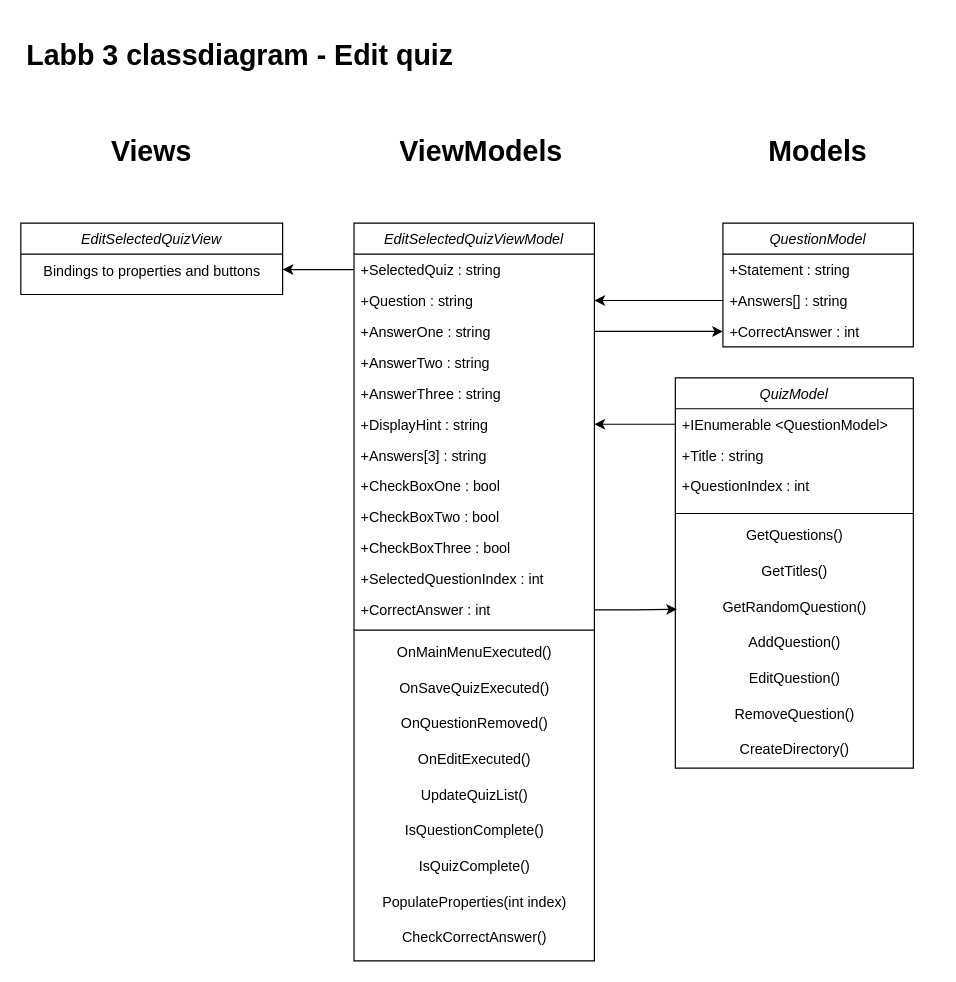
Above: Labb3-Ressurrection/Namnlöst diagram.drawio in MagSandberg/Labb3-Ressurrection (draw.io), before the change. Source tidied: cells renumbered, new cells numbered last; positions are measured from the earlier drawing's top-left corner, leaving out a move shared by most shapes. Both pictures are drawn from the tidied source at 119%, with x=0, y=0 at pixel (20, 32).
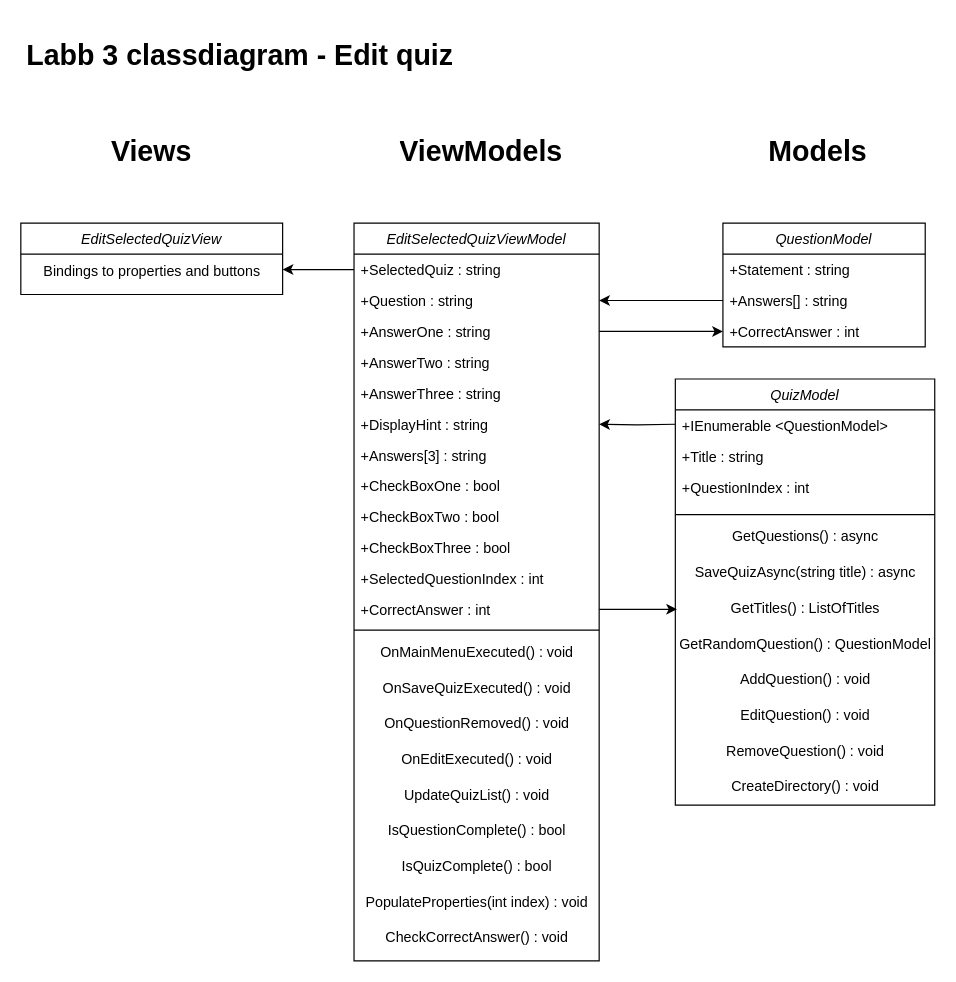
After the change.

What changed in the source:
```diff
@@
     <mxCell id="2" value="QuestionModel" style="swimlane;fontStyle=2;align=center;verticalAlign=top;horizontal=1;startSize=26;rounded=0;shadow=0;strokeWidth=1;" parent="1" vertex="1">
-      <mxGeometry x="590" y="160" width="160" height="104" as="geometry" />
+      <mxGeometry x="590" y="160" width="170" height="104" as="geometry" />
     </mxCell>
     <mxCell id="3" value="+Statement : string" style="text;align=left;verticalAlign=top;spacingLeft=4;spacingRight=4;overflow=hidden;" parent="2" vertex="1">
-      <mxGeometry y="26" width="160" height="26" as="geometry" />
+      <mxGeometry y="26" width="170" height="26" as="geometry" />
     </mxCell>
     <mxCell id="4" value="+Answers[] : string" style="text;align=left;verticalAlign=top;spacingLeft=4;spacingRight=4;overflow=hidden;points=[[0,0.5],[1,0.5]];portConstraint=eastwest;rounded=0;shadow=0;html=0;" parent="2" vertex="1">
-      <mxGeometry y="52" width="160" height="26" as="geometry" />
+      <mxGeometry y="52" width="170" height="26" as="geometry" />
     </mxCell>
     <mxCell id="5" value="+CorrectAnswer : int" style="text;align=left;verticalAlign=top;spacingLeft=4;spacingRight=4;overflow=hidden;points=[[0,0.5],[1,0.5]];portConstraint=eastwest;rounded=0;shadow=0;html=0;" parent="2" vertex="1">
-      <mxGeometry y="78" width="160" height="26" as="geometry" />
+      <mxGeometry y="78" width="170" height="26" as="geometry" />
     </mxCell>
@@
-    <mxCell id="10" value="QuizModel" style="swimlane;fontStyle=2;align=center;verticalAlign=top;horizontal=1;startSize=26;rounded=0;shadow=0;strokeWidth=1;" parent="1" vertex="1">
-      <mxGeometry x="550" y="290" width="200" height="328" as="geometry" />
-    </mxCell>
-    <mxCell id="11" value="+IEnumerable &lt;QuestionModel&gt;" style="text;align=left;verticalAlign=top;spacingLeft=4;spacingRight=4;overflow=hidden;points=[[0,0.5],[1,0.5]];portConstraint=eastwest;" parent="10" vertex="1">
-      <mxGeometry y="26" width="200" height="26" as="geometry" />
-    </mxCell>
-    <mxCell id="12" value="+Title : string" style="text;align=left;verticalAlign=top;spacingLeft=4;spacingRight=4;overflow=hidden;rounded=0;shadow=0;html=0;" parent="10" vertex="1">
-      <mxGeometry y="52" width="200" height="26" as="geometry" />
-    </mxCell>
-    <mxCell id="13" value="+QuestionIndex : int" style="text;align=left;verticalAlign=top;spacingLeft=4;spacingRight=4;overflow=hidden;rounded=0;shadow=0;html=0;" parent="10" vertex="1">
-      <mxGeometry y="78" width="200" height="32" as="geometry" />
-    </mxCell>
-    <mxCell id="14" style="line;strokeWidth=1;fillColor=none;align=left;verticalAlign=middle;spacingTop=-1;spacingLeft=3;spacingRight=3;labelPosition=right;strokeColor=inherit;" parent="10" vertex="1">
-      <mxGeometry y="110" width="200" height="8" as="geometry" />
-    </mxCell>
-    <mxCell id="15" value="GetQuestions()" style="text;html=1;align=center;verticalAlign=middle;strokeColor=none;fillColor=none;" parent="10" vertex="1">
-      <mxGeometry y="118" width="200" height="30" as="geometry" />
-    </mxCell>
-    <mxCell id="16" value="GetTitles()" style="text;html=1;align=center;verticalAlign=middle;strokeColor=none;fillColor=none;" parent="10" vertex="1">
-      <mxGeometry y="148" width="200" height="30" as="geometry" />
-    </mxCell>
-    <mxCell id="17" value="GetRandomQuestion()" style="text;html=1;align=center;verticalAlign=middle;points=[];strokeColor=none;fillColor=none;" parent="10" vertex="1">
-      <mxGeometry y="178" width="200" height="30" as="geometry" />
-    </mxCell>
-    <mxCell id="18" value="AddQuestion()" style="text;html=1;align=center;verticalAlign=middle;strokeColor=none;fillColor=none;" parent="10" vertex="1">
-      <mxGeometry y="208" width="200" height="30" as="geometry" />
-    </mxCell>
-    <mxCell id="19" value="EditQuestion()" style="text;html=1;align=center;verticalAlign=middle;strokeColor=none;fillColor=none;" parent="10" vertex="1">
-      <mxGeometry y="238" width="200" height="30" as="geometry" />
-    </mxCell>
-    <mxCell id="20" value="RemoveQuestion()" style="text;html=1;align=center;verticalAlign=middle;strokeColor=none;fillColor=none;" parent="10" vertex="1">
-      <mxGeometry y="268" width="200" height="30" as="geometry" />
-    </mxCell>
-    <mxCell id="21" value="CreateDirectory()" style="text;html=1;align=center;verticalAlign=middle;strokeColor=none;fillColor=none;" parent="10" vertex="1">
-      <mxGeometry y="298" width="200" height="30" as="geometry" />
-    </mxCell>
     <mxCell id="22" value="EditSelectedQuizViewModel" style="swimlane;fontStyle=2;align=center;verticalAlign=top;horizontal=1;startSize=26;rounded=0;shadow=0;strokeWidth=1;" parent="1" vertex="1">
-      <mxGeometry x="280" y="160" width="202" height="620" as="geometry" />
+      <mxGeometry x="280" y="160" width="206" height="620" as="geometry" />
     </mxCell>
     <mxCell id="23" value="+SelectedQuiz : string" style="text;align=left;verticalAlign=top;spacingLeft=4;spacingRight=4;overflow=hidden;points=[[0,0.5],[1,0.5]];portConstraint=eastwest;" parent="22" vertex="1">
-      <mxGeometry y="26" width="202" height="26" as="geometry" />
+      <mxGeometry y="26" width="206" height="26" as="geometry" />
     </mxCell>
     <mxCell id="24" value="+Question : string" style="text;align=left;verticalAlign=top;spacingLeft=4;spacingRight=4;overflow=hidden;points=[[0,0.5],[1,0.5]];portConstraint=eastwest;rounded=0;shadow=0;html=0;" parent="22" vertex="1">
-      <mxGeometry y="52" width="202" height="26" as="geometry" />
+      <mxGeometry y="52" width="206" height="26" as="geometry" />
     </mxCell>
     <mxCell id="25" value="+AnswerOne : string" style="text;align=left;verticalAlign=top;spacingLeft=4;spacingRight=4;overflow=hidden;points=[[0,0.5],[1,0.5]];portConstraint=eastwest;rounded=0;shadow=0;html=0;" parent="22" vertex="1">
-      <mxGeometry y="78" width="202" height="26" as="geometry" />
+      <mxGeometry y="78" width="206" height="26" as="geometry" />
     </mxCell>
     <mxCell id="26" value="+AnswerTwo : string" style="text;align=left;verticalAlign=top;spacingLeft=4;spacingRight=4;overflow=hidden;rounded=0;shadow=0;html=0;" parent="22" vertex="1">
-      <mxGeometry y="104" width="202" height="26" as="geometry" />
+      <mxGeometry y="104" width="206" height="26" as="geometry" />
     </mxCell>
     <mxCell id="27" value="+AnswerThree : string" style="text;align=left;verticalAlign=top;spacingLeft=4;spacingRight=4;overflow=hidden;rounded=0;shadow=0;html=0;" parent="22" vertex="1">
-      <mxGeometry y="130" width="202" height="26" as="geometry" />
+      <mxGeometry y="130" width="206" height="26" as="geometry" />
     </mxCell>
     <mxCell id="28" value="+DisplayHint : string" style="text;align=left;verticalAlign=top;spacingLeft=4;spacingRight=4;overflow=hidden;points=[[0,0.5],[1,0.5]];portConstraint=eastwest;rounded=0;shadow=0;html=0;" parent="22" vertex="1">
-      <mxGeometry y="156" width="202" height="26" as="geometry" />
+      <mxGeometry y="156" width="206" height="26" as="geometry" />
     </mxCell>
     <mxCell id="29" value="+Answers[3] : string" style="text;align=left;verticalAlign=top;spacingLeft=4;spacingRight=4;overflow=hidden;rounded=0;shadow=0;html=0;" parent="22" vertex="1">
-      <mxGeometry y="182" width="202" height="26" as="geometry" />
+      <mxGeometry y="182" width="206" height="26" as="geometry" />
     </mxCell>
     <mxCell id="30" value="+CheckBoxOne : bool" style="text;align=left;verticalAlign=top;spacingLeft=4;spacingRight=4;overflow=hidden;rounded=0;shadow=0;html=0;" parent="22" vertex="1">
-      <mxGeometry y="208" width="202" height="26" as="geometry" />
+      <mxGeometry y="208" width="206" height="26" as="geometry" />
     </mxCell>
     <mxCell id="31" value="+CheckBoxTwo : bool" style="text;align=left;verticalAlign=top;spacingLeft=4;spacingRight=4;overflow=hidden;rounded=0;shadow=0;html=0;" parent="22" vertex="1">
-      <mxGeometry y="234" width="202" height="26" as="geometry" />
+      <mxGeometry y="234" width="206" height="26" as="geometry" />
     </mxCell>
     <mxCell id="32" value="+CheckBoxThree : bool" style="text;align=left;verticalAlign=top;spacingLeft=4;spacingRight=4;overflow=hidden;rounded=0;shadow=0;html=0;" parent="22" vertex="1">
-      <mxGeometry y="260" width="202" height="26" as="geometry" />
+      <mxGeometry y="260" width="206" height="26" as="geometry" />
     </mxCell>
     <mxCell id="33" value="+SelectedQuestionIndex : int" style="text;align=left;verticalAlign=top;spacingLeft=4;spacingRight=4;overflow=hidden;rounded=0;shadow=0;html=0;" parent="22" vertex="1">
-      <mxGeometry y="286" width="202" height="26" as="geometry" />
+      <mxGeometry y="286" width="206" height="26" as="geometry" />
     </mxCell>
     <mxCell id="34" value="+CorrectAnswer : int" style="text;align=left;verticalAlign=top;spacingLeft=4;spacingRight=4;overflow=hidden;points=[[0,0.5],[1,0.5]];portConstraint=eastwest;rounded=0;shadow=0;html=0;" parent="22" vertex="1">
-      <mxGeometry y="312" width="202" height="26" as="geometry" />
+      <mxGeometry y="312" width="206" height="26" as="geometry" />
     </mxCell>
     <mxCell id="35" style="line;strokeWidth=1;fillColor=none;align=left;verticalAlign=middle;spacingTop=-1;spacingLeft=3;spacingRight=3;labelPosition=right;strokeColor=inherit;" parent="22" vertex="1">
-      <mxGeometry y="338" width="202" height="8" as="geometry" />
+      <mxGeometry y="338" width="206" height="8" as="geometry" />
     </mxCell>
-    <mxCell id="36" value="OnMainMenuExecuted()" style="text;html=1;align=center;verticalAlign=middle;strokeColor=none;fillColor=none;" parent="22" vertex="1">
-      <mxGeometry y="346" width="202" height="30" as="geometry" />
+    <mxCell id="36" value="OnMainMenuExecuted()&amp;nbsp;: void" style="text;html=1;align=center;verticalAlign=middle;strokeColor=none;fillColor=none;" parent="22" vertex="1">
+      <mxGeometry y="346" width="206" height="30" as="geometry" />
     </mxCell>
-    <mxCell id="37" value="OnSaveQuizExecuted()" style="text;html=1;align=center;verticalAlign=middle;strokeColor=none;fillColor=none;" parent="22" vertex="1">
-      <mxGeometry y="376" width="202" height="30" as="geometry" />
+    <mxCell id="37" value="OnSaveQuizExecuted()&amp;nbsp;: void" style="text;html=1;align=center;verticalAlign=middle;strokeColor=none;fillColor=none;" parent="22" vertex="1">
+      <mxGeometry y="376" width="206" height="30" as="geometry" />
     </mxCell>
-    <mxCell id="38" value="OnQuestionRemoved()" style="text;html=1;align=center;verticalAlign=middle;strokeColor=none;fillColor=none;" parent="22" vertex="1">
-      <mxGeometry y="406" width="202" height="30" as="geometry" />
+    <mxCell id="38" value="OnQuestionRemoved()&amp;nbsp;: void" style="text;html=1;align=center;verticalAlign=middle;strokeColor=none;fillColor=none;" parent="22" vertex="1">
+      <mxGeometry y="406" width="206" height="30" as="geometry" />
     </mxCell>
-    <mxCell id="39" value="OnEditExecuted()" style="text;html=1;align=center;verticalAlign=middle;strokeColor=none;fillColor=none;" parent="22" vertex="1">
-      <mxGeometry y="436" width="202" height="30" as="geometry" />
+    <mxCell id="39" value="OnEditExecuted()&amp;nbsp;: void" style="text;html=1;align=center;verticalAlign=middle;strokeColor=none;fillColor=none;" parent="22" vertex="1">
+      <mxGeometry y="436" width="206" height="30" as="geometry" />
     </mxCell>
-    <mxCell id="40" value="UpdateQuizList()" style="text;html=1;align=center;verticalAlign=middle;strokeColor=none;fillColor=none;" parent="22" vertex="1">
-      <mxGeometry y="466" width="202" height="30" as="geometry" />
+    <mxCell id="40" value="UpdateQuizList()&amp;nbsp;: void" style="text;html=1;align=center;verticalAlign=middle;strokeColor=none;fillColor=none;" parent="22" vertex="1">
+      <mxGeometry y="466" width="206" height="30" as="geometry" />
     </mxCell>
-    <mxCell id="41" value="IsQuestionComplete()" style="text;html=1;align=center;verticalAlign=middle;strokeColor=none;fillColor=none;" parent="22" vertex="1">
-      <mxGeometry y="496" width="202" height="30" as="geometry" />
+    <mxCell id="41" value="IsQuestionComplete()&amp;nbsp;: bool" style="text;html=1;align=center;verticalAlign=middle;strokeColor=none;fillColor=none;" parent="22" vertex="1">
+      <mxGeometry y="496" width="206" height="30" as="geometry" />
     </mxCell>
-    <mxCell id="42" value="IsQuizComplete()" style="text;html=1;align=center;verticalAlign=middle;strokeColor=none;fillColor=none;" parent="22" vertex="1">
-      <mxGeometry y="526" width="202" height="30" as="geometry" />
+    <mxCell id="42" value="IsQuizComplete()&amp;nbsp;: bool" style="text;html=1;align=center;verticalAlign=middle;strokeColor=none;fillColor=none;" parent="22" vertex="1">
+      <mxGeometry y="526" width="206" height="30" as="geometry" />
     </mxCell>
-    <mxCell id="43" value="PopulateProperties(int index)" style="text;html=1;align=center;verticalAlign=middle;strokeColor=none;fillColor=none;" parent="22" vertex="1">
-      <mxGeometry y="556" width="202" height="30" as="geometry" />
+    <mxCell id="43" value="PopulateProperties(int index) : void" style="text;html=1;align=center;verticalAlign=middle;strokeColor=none;fillColor=none;" parent="22" vertex="1">
+      <mxGeometry y="556" width="206" height="30" as="geometry" />
     </mxCell>
-    <mxCell id="44" value="CheckCorrectAnswer()" style="text;html=1;align=center;verticalAlign=middle;strokeColor=none;fillColor=none;" parent="22" vertex="1">
-      <mxGeometry y="586" width="202" height="30" as="geometry" />
+    <mxCell id="44" value="CheckCorrectAnswer() : void" style="text;html=1;align=center;verticalAlign=middle;strokeColor=none;fillColor=none;" parent="22" vertex="1">
+      <mxGeometry y="586" width="206" height="30" as="geometry" />
     </mxCell>
@@
-    <mxCell id="50" style="edgeStyle=orthogonalEdgeStyle;rounded=0;jettySize=auto;html=1;entryX=1;entryY=0.5;entryDx=0;entryDy=0;" parent="1" edge="1" source="11" target="28">
-      <mxGeometry relative="1" as="geometry" />
+    <mxCell id="50" style="edgeStyle=orthogonalEdgeStyle;rounded=0;jettySize=auto;html=1;entryX=1;entryY=0.5;entryDx=0;entryDy=0;" parent="1" edge="1" target="28">
+      <mxGeometry relative="1" as="geometry">
+        <mxPoint x="550" y="329" as="sourcePoint" />
+      </mxGeometry>
     </mxCell>
-    <mxCell id="51" style="edgeStyle=orthogonalEdgeStyle;rounded=0;jettySize=auto;html=1;entryX=0.007;entryY=0.55;entryDx=0;entryDy=0;entryPerimeter=0;" parent="1" edge="1" source="34" target="17">
-      <mxGeometry relative="1" as="geometry" />
+    <mxCell id="51" style="edgeStyle=orthogonalEdgeStyle;rounded=0;jettySize=auto;html=1;entryX=0.007;entryY=0.55;entryDx=0;entryDy=0;entryPerimeter=0;" parent="1" edge="1" source="34">
+      <mxGeometry relative="1" as="geometry">
+        <mxPoint x="551.4" y="484.5" as="targetPoint" />
+      </mxGeometry>
     </mxCell>
+    <mxCell id="10" value="QuizModel" style="swimlane;fontStyle=2;align=center;verticalAlign=top;horizontal=1;startSize=26;rounded=0;shadow=0;strokeWidth=1;" parent="1" vertex="1">
+      <mxGeometry x="550" y="291" width="218" height="358" as="geometry" />
+    </mxCell>
+    <mxCell id="11" value="+IEnumerable &lt;QuestionModel&gt;" style="text;align=left;verticalAlign=top;spacingLeft=4;spacingRight=4;overflow=hidden;points=[[0,0.5],[1,0.5]];portConstraint=eastwest;" parent="10" vertex="1">
+      <mxGeometry y="26" width="218" height="26" as="geometry" />
+    </mxCell>
+    <mxCell id="12" value="+Title : string" style="text;align=left;verticalAlign=top;spacingLeft=4;spacingRight=4;overflow=hidden;rounded=0;shadow=0;html=0;" parent="10" vertex="1">
+      <mxGeometry y="52" width="218" height="26" as="geometry" />
+    </mxCell>
+    <mxCell id="13" value="+QuestionIndex : int" style="text;align=left;verticalAlign=top;spacingLeft=4;spacingRight=4;overflow=hidden;rounded=0;shadow=0;html=0;" parent="10" vertex="1">
+      <mxGeometry y="78" width="218" height="32" as="geometry" />
+    </mxCell>
+    <mxCell id="52" style="line;strokeWidth=1;fillColor=none;align=left;verticalAlign=middle;spacingTop=-1;spacingLeft=3;spacingRight=3;labelPosition=right;strokeColor=inherit;" parent="10" vertex="1">
+      <mxGeometry y="110" width="218" height="8" as="geometry" />
+    </mxCell>
+    <mxCell id="53" value="GetQuestions() : async" style="text;html=1;align=center;verticalAlign=middle;strokeColor=none;fillColor=none;" parent="10" vertex="1">
+      <mxGeometry y="118" width="218" height="30" as="geometry" />
+    </mxCell>
+    <mxCell id="54" value="SaveQuizAsync(string title) : async" style="text;html=1;align=center;verticalAlign=middle;strokeColor=none;fillColor=none;" parent="10" vertex="1">
+      <mxGeometry y="148" width="218" height="30" as="geometry" />
+    </mxCell>
+    <mxCell id="55" value="GetTitles() : ListOfTitles" style="text;html=1;align=center;verticalAlign=middle;strokeColor=none;fillColor=none;" parent="10" vertex="1">
+      <mxGeometry y="178" width="218" height="30" as="geometry" />
+    </mxCell>
+    <mxCell id="56" value="GetRandomQuestion() : QuestionModel" style="text;html=1;align=center;verticalAlign=middle;strokeColor=none;fillColor=none;" parent="10" vertex="1">
+      <mxGeometry y="208" width="218" height="30" as="geometry" />
+    </mxCell>
+    <mxCell id="57" value="AddQuestion() : void" style="text;html=1;align=center;verticalAlign=middle;strokeColor=none;fillColor=none;" parent="10" vertex="1">
+      <mxGeometry y="238" width="218" height="30" as="geometry" />
+    </mxCell>
+    <mxCell id="58" value="EditQuestion()&amp;nbsp;: void" style="text;html=1;align=center;verticalAlign=middle;strokeColor=none;fillColor=none;" parent="10" vertex="1">
+      <mxGeometry y="268" width="218" height="30" as="geometry" />
+    </mxCell>
+    <mxCell id="59" value="RemoveQuestion()&amp;nbsp;: void" style="text;html=1;align=center;verticalAlign=middle;strokeColor=none;fillColor=none;" parent="10" vertex="1">
+      <mxGeometry y="298" width="218" height="30" as="geometry" />
+    </mxCell>
+    <mxCell id="60" value="CreateDirectory()&amp;nbsp;: void" style="text;html=1;align=center;verticalAlign=middle;strokeColor=none;fillColor=none;" parent="10" vertex="1">
+      <mxGeometry y="328" width="218" height="30" as="geometry" />
+    </mxCell>
```
